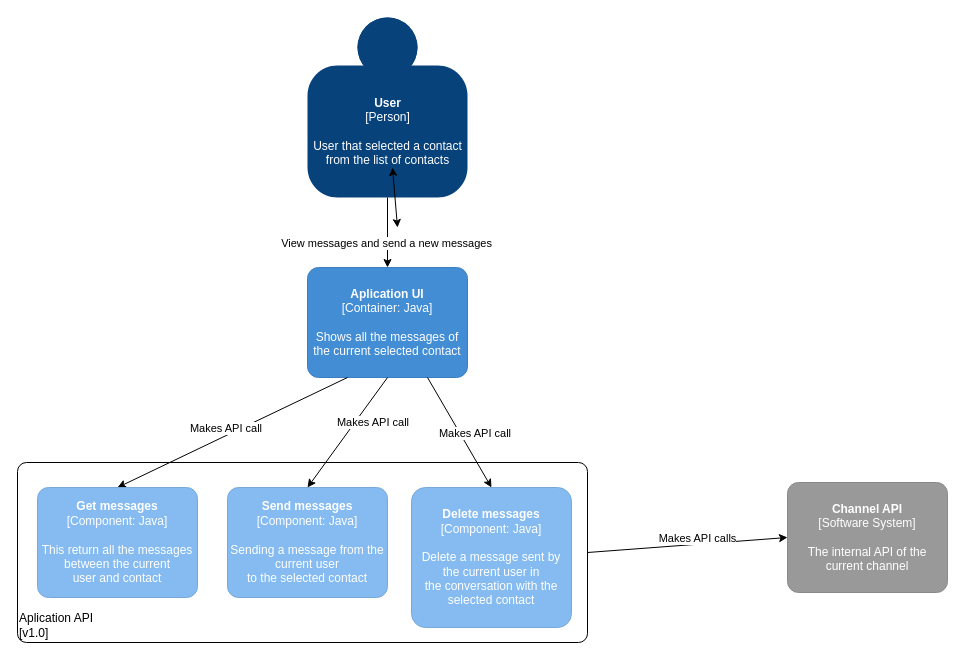
HristeaIonut/Morse-Diagrams keeps this draw.io diagram as page "Component-Diagram" (3 of 3) of C4/C4-Messaging-Module.drawio. Above is the earlier version. Source tidied: cells renumbered, new cells numbered last; positions are measured from the earlier drawing's top-left corner, leaving out a move shared by most shapes. Both pictures are drawn from the tidied source at 100%, with x=0, y=0 at pixel (17, 17).
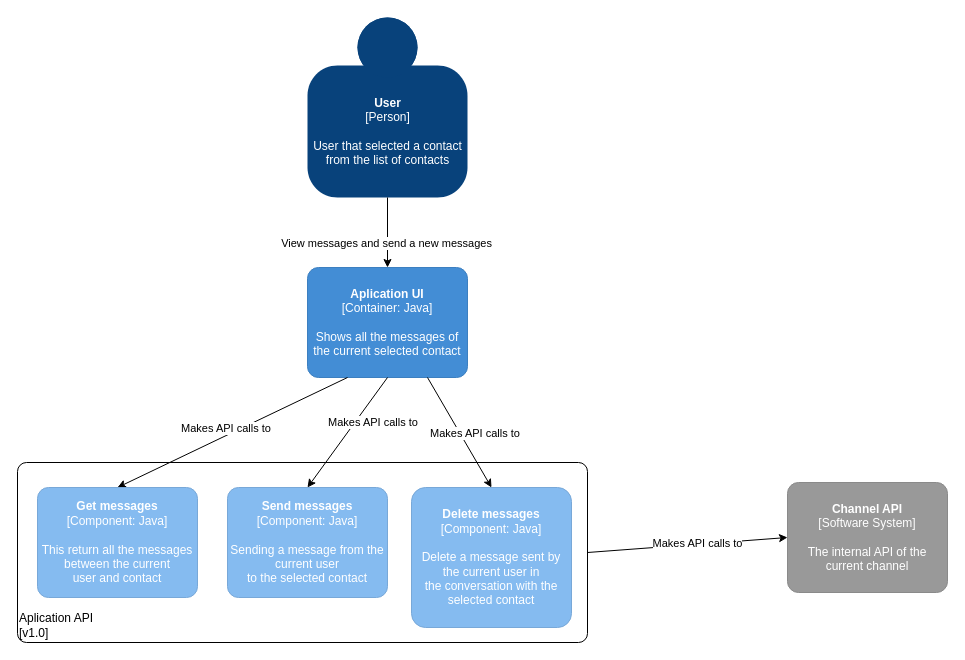
Above is the later version.

Unchanged cells that the change refers to:
```xml
<mxCell id="7" style="endArrow=classic;html=1;entryX=0.5;entryY=0;entryDx=0;entryDy=0;entryPerimeter=0;exitX=0.25;exitY=1;exitDx=0;exitDy=0;exitPerimeter=0;" parent="1" edge="1" source="5" target="17">
  <mxGeometry relative="1" as="geometry" />
</mxCell>
<mxCell id="9" style="endArrow=classic;html=1;entryX=0.5;entryY=0;entryDx=0;entryDy=0;entryPerimeter=0;exitX=0.5;exitY=1;exitDx=0;exitDy=0;exitPerimeter=0;" parent="1" edge="1" source="5" target="18">
  <mxGeometry relative="1" as="geometry" />
</mxCell>
<mxCell id="11" style="endArrow=classic;html=1;entryX=0.5;entryY=0;entryDx=0;entryDy=0;entryPerimeter=0;exitX=0.75;exitY=1;exitDx=0;exitDy=0;exitPerimeter=0;" parent="1" edge="1" source="5" target="19">
  <mxGeometry relative="1" as="geometry" />
</mxCell>
<mxCell id="14" style="endArrow=classic;html=1;entryX=0;entryY=0.5;entryDx=0;entryDy=0;entryPerimeter=0;exitX=1;exitY=0.5;exitDx=0;exitDy=0;exitPerimeter=0;" parent="1" edge="1" source="6" target="13">
  <mxGeometry relative="1" as="geometry" />
</mxCell>
```

The edit, as a diff of the source:
```diff
@@
-    <mxCell id="8" value="Makes API call&amp;nbsp;" style="edgeLabel;html=1;align=center;verticalAlign=middle;" parent="7" vertex="1">
+    <mxCell id="8" value="Makes API calls to&amp;nbsp;" style="edgeLabel;html=1;align=center;verticalAlign=middle;" parent="7" vertex="1">
       <mxGeometry x="0.28" y="-2" relative="1" as="geometry">
         <mxPoint x="27.9" y="-18.5" as="offset" />
       </mxGeometry>
     </mxCell>
@@
-    <mxCell id="10" value="Makes API call&amp;nbsp;" style="edgeLabel;html=1;align=center;verticalAlign=middle;" parent="9" vertex="1">
+    <mxCell id="10" value="Makes API calls to&amp;nbsp;" style="edgeLabel;html=1;align=center;verticalAlign=middle;" parent="9" vertex="1">
       <mxGeometry x="0.28" y="-2" relative="1" as="geometry">
         <mxPoint x="38.9" y="-24.2" as="offset" />
       </mxGeometry>
     </mxCell>
@@
-    <mxCell id="12" value="Makes API call&amp;nbsp;" style="edgeLabel;html=1;align=center;verticalAlign=middle;" parent="11" vertex="1">
+    <mxCell id="12" value="Makes API calls to&amp;nbsp;" style="edgeLabel;html=1;align=center;verticalAlign=middle;" parent="11" vertex="1">
       <mxGeometry x="0.28" y="-2" relative="1" as="geometry">
         <mxPoint x="9.7" y="-15.9" as="offset" />
       </mxGeometry>
     </mxCell>
@@
-    <mxCell id="15" value="Makes API calls" style="edgeLabel;html=1;align=center;verticalAlign=middle;" parent="14" vertex="1">
+    <mxCell id="15" value="Makes API calls to" style="edgeLabel;html=1;align=center;verticalAlign=middle;" parent="14" vertex="1">
       <mxGeometry x="0.28" y="-2" relative="1" as="geometry">
-        <mxPoint x="-17.8" y="-7.4" as="offset" />
+        <mxPoint x="-17.8" y="-2.4" as="offset" />
       </mxGeometry>
     </mxCell>
-    <mxCell id="16" style="endArrow=classic;startArrow=classic;html=1;entryX=0.5;entryY=1;entryDx=0;entryDy=0;entryPerimeter=0;" parent="1" edge="1">
-      <mxGeometry relative="1" as="geometry">
-        <mxPoint x="380" y="210" as="sourcePoint" />
-        <mxPoint x="375" y="150" as="targetPoint" />
-      </mxGeometry>
-    </mxCell>
```
